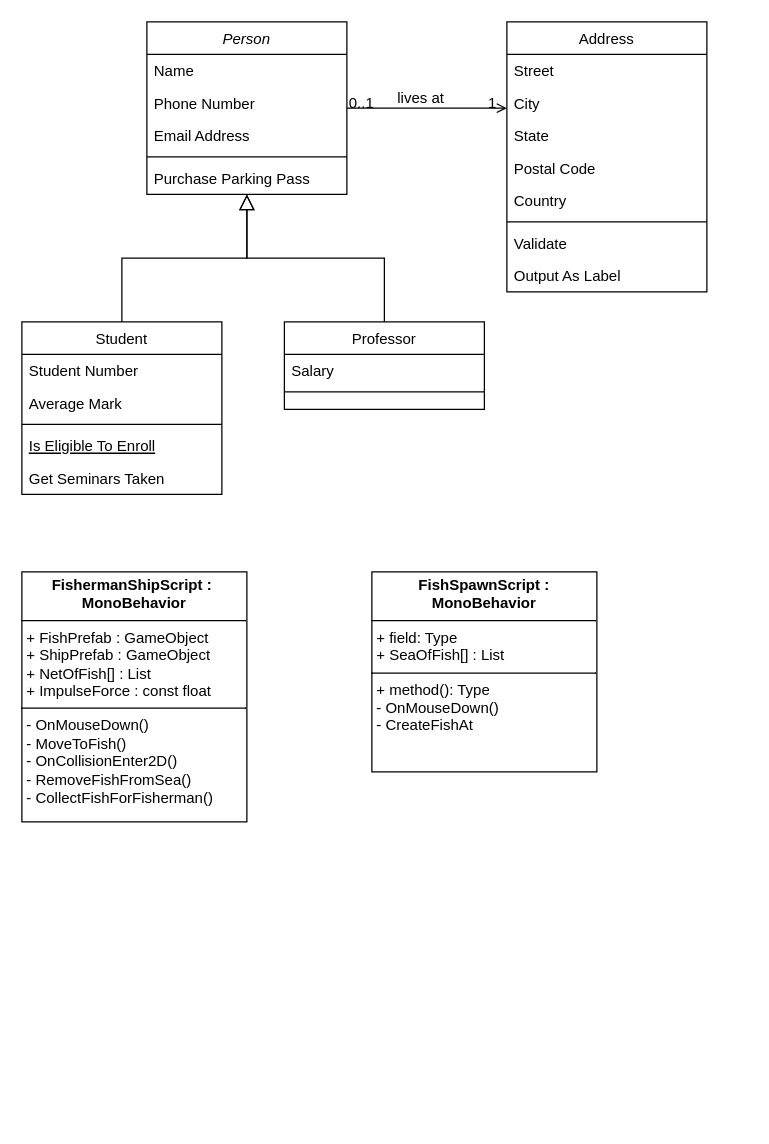
Earlier version of the draw.io diagram FishCollectorDiagram.drawio (ayamonta/Diagrams). Source tidied: cells renumbered, new cells numbered last; positions are measured from the earlier drawing's top-left corner, leaving out a move shared by most shapes. Both pictures are drawn from the tidied source at 125%, with x=0, y=0 at pixel (21, 21).
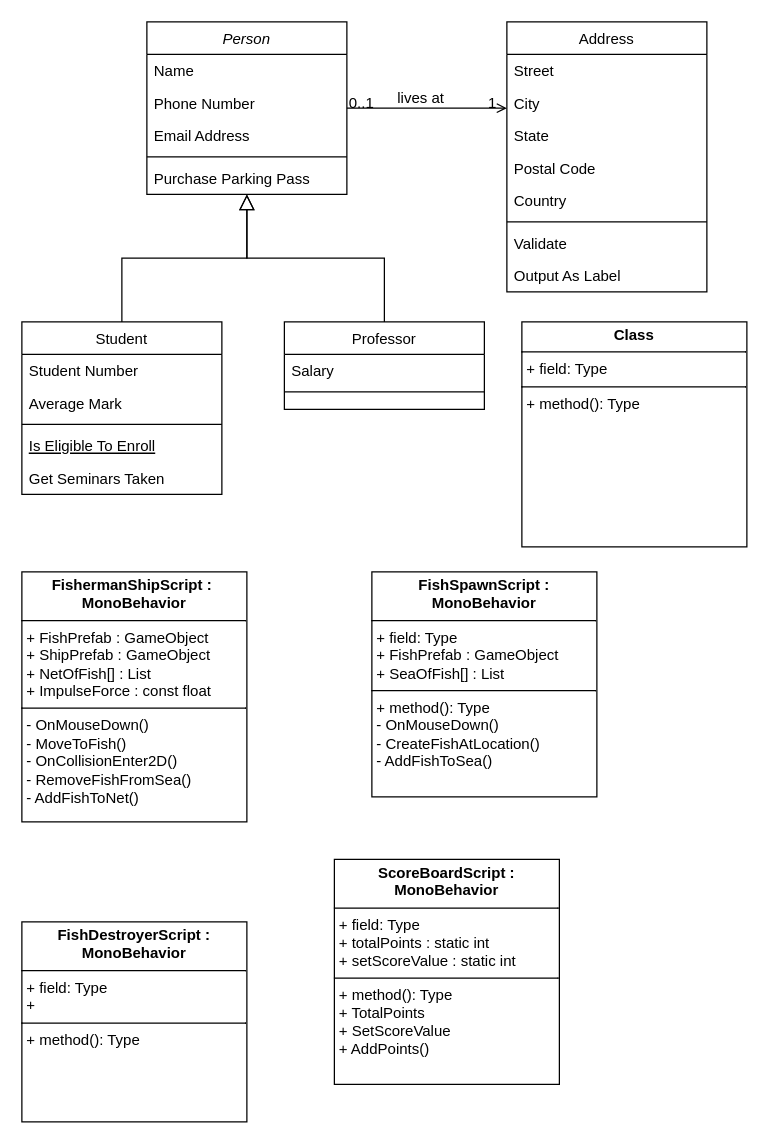
Above is the later version.

Commit message:
added FishDestroyerScript and ScoreBoardScript

The edit, as a diff of the source:
```diff
@@
-    <mxCell id="32" value="&lt;p style=&quot;margin:0px;margin-top:4px;text-align:center;&quot;&gt;&lt;b&gt;FishermanShipScript :&amp;nbsp;&lt;br&gt;&lt;/b&gt;&lt;b style=&quot;background-color: initial;&quot;&gt;MonoBehavior&lt;/b&gt;&lt;/p&gt;&lt;hr size=&quot;1&quot; style=&quot;border-style:solid;&quot;&gt;&lt;p style=&quot;margin:0px;margin-left:4px;&quot;&gt;&lt;span style=&quot;background-color: initial;&quot;&gt;+ FishPrefab : GameObject&lt;/span&gt;&lt;/p&gt;&lt;p style=&quot;margin:0px;margin-left:4px;&quot;&gt;&lt;span style=&quot;background-color: initial;&quot;&gt;+ ShipPrefab : GameObject&lt;/span&gt;&lt;/p&gt;&lt;p style=&quot;margin:0px;margin-left:4px;&quot;&gt;+ NetOfFish[] : List&lt;/p&gt;&lt;p style=&quot;margin:0px;margin-left:4px;&quot;&gt;+ ImpulseForce : const float&lt;/p&gt;&lt;hr size=&quot;1&quot; style=&quot;border-style:solid;&quot;&gt;&lt;p style=&quot;margin:0px;margin-left:4px;&quot;&gt;&lt;span style=&quot;background-color: initial;&quot;&gt;- OnMouseDown()&lt;/span&gt;&lt;/p&gt;&lt;p style=&quot;margin:0px;margin-left:4px;&quot;&gt;- MoveToFish()&lt;/p&gt;&lt;p style=&quot;margin:0px;margin-left:4px;&quot;&gt;- OnCollisionEnter2D()&amp;nbsp;&lt;/p&gt;&lt;p style=&quot;margin:0px;margin-left:4px;&quot;&gt;- RemoveFishFromSea()&lt;/p&gt;&lt;p style=&quot;margin:0px;margin-left:4px;&quot;&gt;- CollectFishForFisherman()&lt;/p&gt;" style="verticalAlign=top;align=left;overflow=fill;html=1;whiteSpace=wrap;" parent="1" vertex="1">
+    <mxCell id="32" value="&lt;p style=&quot;margin:0px;margin-top:4px;text-align:center;&quot;&gt;&lt;b&gt;FishermanShipScript :&amp;nbsp;&lt;br&gt;&lt;/b&gt;&lt;b style=&quot;background-color: initial;&quot;&gt;MonoBehavior&lt;/b&gt;&lt;/p&gt;&lt;hr size=&quot;1&quot; style=&quot;border-style:solid;&quot;&gt;&lt;p style=&quot;margin:0px;margin-left:4px;&quot;&gt;&lt;span style=&quot;background-color: initial;&quot;&gt;+ FishPrefab : GameObject&lt;/span&gt;&lt;/p&gt;&lt;p style=&quot;margin:0px;margin-left:4px;&quot;&gt;&lt;span style=&quot;background-color: initial;&quot;&gt;+ ShipPrefab : GameObject&lt;/span&gt;&lt;/p&gt;&lt;p style=&quot;margin:0px;margin-left:4px;&quot;&gt;+ NetOfFish[] : List&lt;/p&gt;&lt;p style=&quot;margin:0px;margin-left:4px;&quot;&gt;+ ImpulseForce : const float&lt;/p&gt;&lt;hr size=&quot;1&quot; style=&quot;border-style:solid;&quot;&gt;&lt;p style=&quot;margin:0px;margin-left:4px;&quot;&gt;&lt;span style=&quot;background-color: initial;&quot;&gt;- OnMouseDown()&lt;/span&gt;&lt;/p&gt;&lt;p style=&quot;margin:0px;margin-left:4px;&quot;&gt;- MoveToFish()&lt;/p&gt;&lt;p style=&quot;margin:0px;margin-left:4px;&quot;&gt;- OnCollisionEnter2D()&amp;nbsp;&lt;/p&gt;&lt;p style=&quot;margin:0px;margin-left:4px;&quot;&gt;- RemoveFishFromSea()&lt;/p&gt;&lt;p style=&quot;margin:0px;margin-left:4px;&quot;&gt;- AddFishToNet()&lt;/p&gt;" style="verticalAlign=top;align=left;overflow=fill;html=1;whiteSpace=wrap;" parent="1" vertex="1">
       <mxGeometry y="440" width="180" height="200" as="geometry" />
     </mxCell>
-    <mxCell id="33" value="&lt;p style=&quot;margin:0px;margin-top:4px;text-align:center;&quot;&gt;&lt;b&gt;FishSpawnScript :&lt;br&gt;MonoBehavior&lt;/b&gt;&lt;/p&gt;&lt;hr size=&quot;1&quot; style=&quot;border-style:solid;&quot;&gt;&lt;p style=&quot;margin:0px;margin-left:4px;&quot;&gt;+ field: Type&lt;/p&gt;&lt;p style=&quot;margin:0px;margin-left:4px;&quot;&gt;+ SeaOfFish[] : List&lt;/p&gt;&lt;hr size=&quot;1&quot; style=&quot;border-style:solid;&quot;&gt;&lt;p style=&quot;margin:0px;margin-left:4px;&quot;&gt;+ method(): Type&lt;/p&gt;&lt;p style=&quot;margin:0px;margin-left:4px;&quot;&gt;- OnMouseDown()&lt;/p&gt;&lt;p style=&quot;margin:0px;margin-left:4px;&quot;&gt;- CreateFishAt&lt;/p&gt;" style="verticalAlign=top;align=left;overflow=fill;html=1;whiteSpace=wrap;" parent="1" vertex="1">
-      <mxGeometry x="280" y="440" width="180" height="160" as="geometry" />
+    <mxCell id="33" value="&lt;p style=&quot;margin:0px;margin-top:4px;text-align:center;&quot;&gt;&lt;b&gt;FishSpawnScript :&lt;br&gt;MonoBehavior&lt;/b&gt;&lt;/p&gt;&lt;hr size=&quot;1&quot; style=&quot;border-style:solid;&quot;&gt;&lt;p style=&quot;margin:0px;margin-left:4px;&quot;&gt;+ field: Type&lt;/p&gt;&lt;p style=&quot;margin:0px;margin-left:4px;&quot;&gt;+ FishPrefab : GameObject&lt;/p&gt;&lt;p style=&quot;margin:0px;margin-left:4px;&quot;&gt;+ SeaOfFish[] : List&lt;/p&gt;&lt;hr size=&quot;1&quot; style=&quot;border-style:solid;&quot;&gt;&lt;p style=&quot;margin:0px;margin-left:4px;&quot;&gt;+ method(): Type&lt;/p&gt;&lt;p style=&quot;margin:0px;margin-left:4px;&quot;&gt;- OnMouseDown()&lt;/p&gt;&lt;p style=&quot;margin:0px;margin-left:4px;&quot;&gt;- CreateFishAtLocation()&lt;/p&gt;&lt;p style=&quot;margin:0px;margin-left:4px;&quot;&gt;- AddFishToSea()&lt;/p&gt;" style="verticalAlign=top;align=left;overflow=fill;html=1;whiteSpace=wrap;" parent="1" vertex="1">
+      <mxGeometry x="280" y="440" width="180" height="180" as="geometry" />
     </mxCell>
+    <mxCell id="34" value="&lt;p style=&quot;margin:0px;margin-top:4px;text-align:center;&quot;&gt;&lt;b&gt;FishDestroyerScript : &lt;br&gt;MonoBehavior&lt;/b&gt;&lt;/p&gt;&lt;hr size=&quot;1&quot; style=&quot;border-style:solid;&quot;&gt;&lt;p style=&quot;margin:0px;margin-left:4px;&quot;&gt;+ field: Type&lt;/p&gt;&lt;p style=&quot;margin:0px;margin-left:4px;&quot;&gt;+&amp;nbsp;&lt;/p&gt;&lt;hr size=&quot;1&quot; style=&quot;border-style:solid;&quot;&gt;&lt;p style=&quot;margin:0px;margin-left:4px;&quot;&gt;+ method(): Type&lt;/p&gt;" style="verticalAlign=top;align=left;overflow=fill;html=1;whiteSpace=wrap;" parent="1" vertex="1">
+      <mxGeometry y="720" width="180" height="160" as="geometry" />
+    </mxCell>
+    <mxCell id="35" style="edgeStyle=none;curved=1;rounded=0;orthogonalLoop=1;jettySize=auto;html=1;exitX=0.25;exitY=0;exitDx=0;exitDy=0;fontSize=12;startSize=8;endSize=8;" parent="1" edge="1" source="33" target="33">
+      <mxGeometry relative="1" as="geometry" />
+    </mxCell>
+    <mxCell id="36" value="&lt;p style=&quot;margin:0px;margin-top:4px;text-align:center;&quot;&gt;&lt;b&gt;Class&lt;/b&gt;&lt;/p&gt;&lt;hr size=&quot;1&quot; style=&quot;border-style:solid;&quot;/&gt;&lt;p style=&quot;margin:0px;margin-left:4px;&quot;&gt;+ field: Type&lt;/p&gt;&lt;hr size=&quot;1&quot; style=&quot;border-style:solid;&quot;/&gt;&lt;p style=&quot;margin:0px;margin-left:4px;&quot;&gt;+ method(): Type&lt;/p&gt;" style="verticalAlign=top;align=left;overflow=fill;html=1;whiteSpace=wrap;" parent="1" vertex="1">
+      <mxGeometry x="400" y="240" width="180" height="180" as="geometry" />
+    </mxCell>
+    <mxCell id="37" value="&lt;p style=&quot;margin:0px;margin-top:4px;text-align:center;&quot;&gt;&lt;b&gt;ScoreBoardScript : &lt;br&gt;MonoBehavior&lt;/b&gt;&lt;/p&gt;&lt;hr size=&quot;1&quot; style=&quot;border-style:solid;&quot;&gt;&lt;p style=&quot;margin:0px;margin-left:4px;&quot;&gt;+ field: Type&lt;/p&gt;&lt;p style=&quot;margin:0px;margin-left:4px;&quot;&gt;+ totalPoints : static int&lt;/p&gt;&lt;p style=&quot;margin:0px;margin-left:4px;&quot;&gt;+ setScoreValue : static int&lt;/p&gt;&lt;hr size=&quot;1&quot; style=&quot;border-style:solid;&quot;&gt;&lt;p style=&quot;margin:0px;margin-left:4px;&quot;&gt;+ method(): Type&lt;/p&gt;&lt;p style=&quot;margin:0px;margin-left:4px;&quot;&gt;+ TotalPoints&lt;/p&gt;&lt;p style=&quot;margin:0px;margin-left:4px;&quot;&gt;+ SetScoreValue&lt;/p&gt;&lt;p style=&quot;margin:0px;margin-left:4px;&quot;&gt;+ AddPoints()&amp;nbsp;&lt;/p&gt;" style="verticalAlign=top;align=left;overflow=fill;html=1;whiteSpace=wrap;" parent="1" vertex="1">
+      <mxGeometry x="250" y="670" width="180" height="180" as="geometry" />
+    </mxCell>
```
